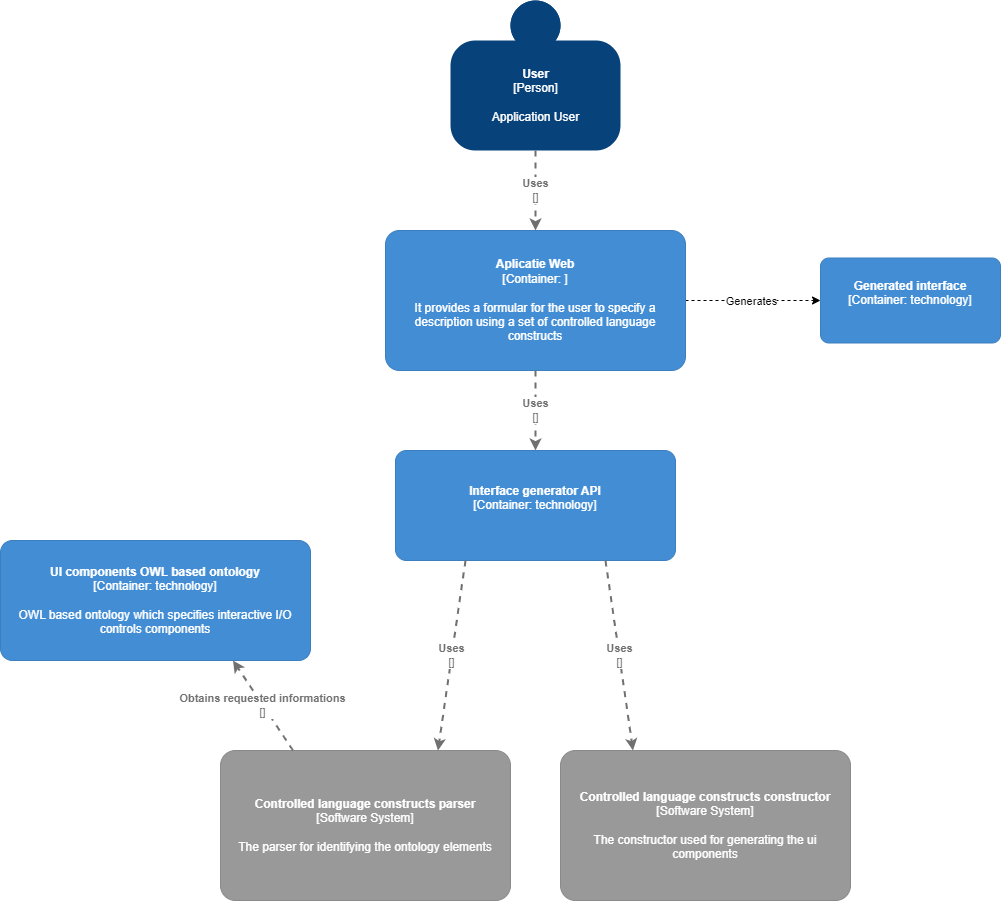
This is documentation/architecture documentation/diagrams/c4 diagrams/C4_level2.png from PrEaDiVviN/Compoment_Smart_Generator, a draw.io export, as it was before one commit. Source tidied: cells renumbered, new cells last; positions are measured from the earlier drawing's top-left corner, leaving out a move shared by most shapes.
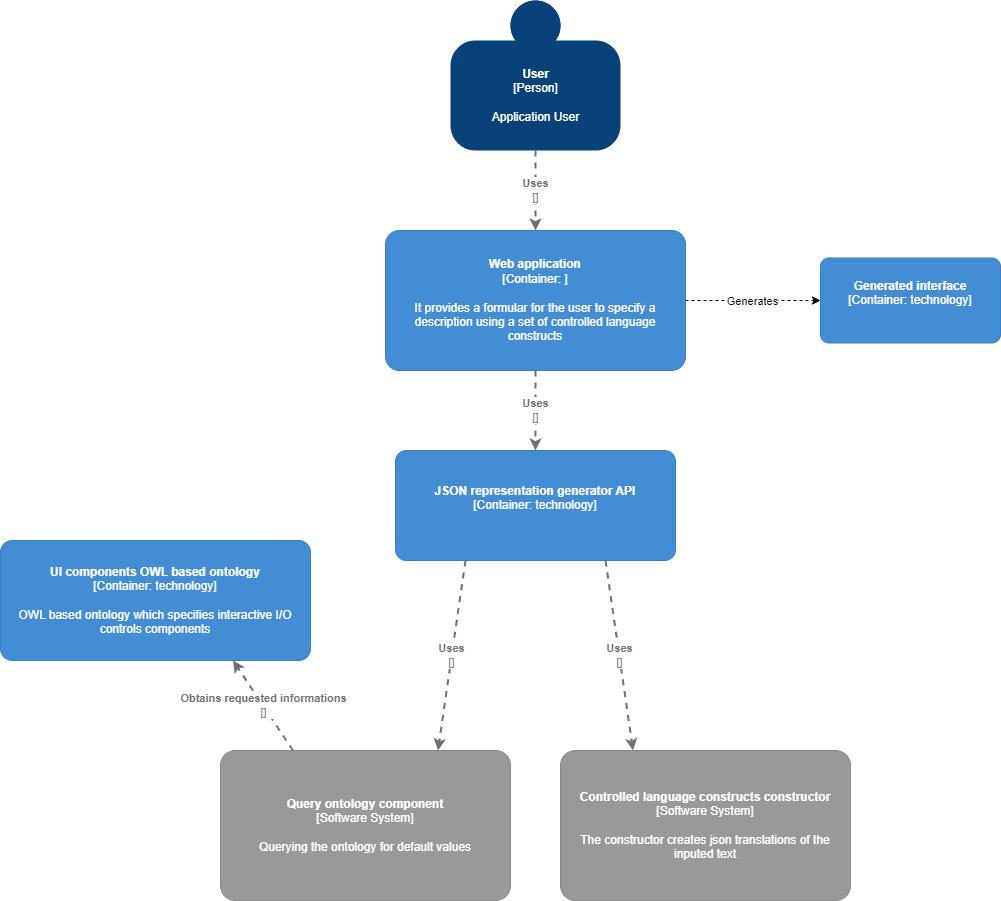
Above is the later version.

What changed in the source:
```diff
@@ -7,7 +7,7 @@
         <mxGeometry x="450" width="170" height="150" as="geometry" />
       </mxCell>
     </object>
-    <object id="3" label="&lt;b&gt;%c4Name%&lt;/b&gt;&lt;div&gt;[%c4Type%]&lt;/div&gt;&lt;br&gt;&lt;div&gt;%c4Description%&lt;/div&gt;" c4Description="The parser for identifying the ontology elements" c4Name="Controlled language constructs parser" c4Type="Software System" placeholders="1">
+    <object id="3" label="&lt;b&gt;%c4Name%&lt;/b&gt;&lt;div&gt;[%c4Type%]&lt;/div&gt;&lt;br&gt;&lt;div&gt;%c4Description%&lt;/div&gt;" c4Description="Querying the ontology for default values" c4Name="Query ontology component" c4Type="Software System" placeholders="1">
       <mxCell style="rounded=1;whiteSpace=wrap;html=1;labelBackgroundColor=none;fillColor=#999999;fontColor=#ffffff;align=center;arcSize=10;strokeColor=#8A8A8A;metaData={&quot;c4Type&quot;:{&quot;editable&quot;:false}};points=[[0.25,0,0],[0.5,0,0],[0.75,0,0],[1,0.25,0],[1,0.5,0],[1,0.75,0],[0.75,1,0],[0.5,1,0],[0.25,1,0],[0,0.75,0],[0,0.5,0],[0,0.25,0]];" parent="1" vertex="1">
         <mxGeometry x="220" y="750" width="290" height="150" as="geometry" />
       </mxCell>
@@ -20,12 +20,12 @@
         <mxPoint x="-19" y="1" as="offset" />
       </mxGeometry>
     </mxCell>
-    <object id="6" label="&lt;b&gt;%c4Name%&lt;/b&gt;&lt;div&gt;[%c4Type%: %c4Technology%]&lt;/div&gt;&lt;br&gt;&lt;div&gt;%c4Description%&lt;/div&gt;" c4Description="It provides a formular for the user to specify a description using a set of controlled language constructs" c4Name="Aplicatie Web" c4Technology="" c4Type="Container" placeholders="1">
+    <object id="6" label="&lt;b&gt;%c4Name%&lt;/b&gt;&lt;div&gt;[%c4Type%: %c4Technology%]&lt;/div&gt;&lt;br&gt;&lt;div&gt;%c4Description%&lt;/div&gt;" c4Description="It provides a formular for the user to specify a description using a set of controlled language constructs" c4Name="Web application" c4Technology="" c4Type="Container" placeholders="1">
       <mxCell style="rounded=1;whiteSpace=wrap;html=1;labelBackgroundColor=none;fillColor=#438DD5;fontColor=#ffffff;align=center;arcSize=10;strokeColor=#3C7FC0;metaData={&quot;c4Type&quot;:{&quot;editable&quot;:false}};points=[[0.25,0,0],[0.5,0,0],[0.75,0,0],[1,0.25,0],[1,0.5,0],[1,0.75,0],[0.75,1,0],[0.5,1,0],[0.25,1,0],[0,0.75,0],[0,0.5,0],[0,0.25,0]];" parent="1" vertex="1">
         <mxGeometry x="385" y="230" width="300" height="140" as="geometry" />
       </mxCell>
     </object>
-    <object id="7" label="&lt;b&gt;%c4Name%&lt;/b&gt;&lt;div&gt;[%c4Type%: %c4Technology%]&lt;/div&gt;&lt;br&gt;&lt;div&gt;%c4Description%&lt;/div&gt;" c4Description="" c4Name="Interface generator API" c4Technology="technology" c4Type="Container" placeholders="1">
+    <object id="7" label="&lt;b&gt;%c4Name%&lt;/b&gt;&lt;div&gt;[%c4Type%: %c4Technology%]&lt;/div&gt;&lt;br&gt;&lt;div&gt;%c4Description%&lt;/div&gt;" c4Description="" c4Name="JSON representation generator API" c4Technology="technology" c4Type="Container" placeholders="1">
       <mxCell style="rounded=1;whiteSpace=wrap;html=1;labelBackgroundColor=none;fillColor=#438DD5;fontColor=#ffffff;align=center;arcSize=10;strokeColor=#3C7FC0;metaData={&quot;c4Type&quot;:{&quot;editable&quot;:false}};points=[[0.25,0,0],[0.5,0,0],[0.75,0,0],[1,0.25,0],[1,0.5,0],[1,0.75,0],[0.75,1,0],[0.5,1,0],[0.25,1,0],[0,0.75,0],[0,0.5,0],[0,0.25,0]];" parent="1" vertex="1">
         <mxGeometry x="395" y="450" width="280" height="110" as="geometry" />
       </mxCell>
@@ -60,7 +60,7 @@
         <mxGeometry y="540" width="310" height="120" as="geometry" />
       </mxCell>
     </object>
-    <object id="14" label="&lt;b&gt;%c4Name%&lt;/b&gt;&lt;div&gt;[%c4Type%]&lt;/div&gt;&lt;br&gt;&lt;div&gt;%c4Description%&lt;/div&gt;" c4Description="The constructor used for generating the ui components" c4Name="Controlled language constructs constructor" c4Type="Software System" placeholders="1">
+    <object id="14" label="&lt;b&gt;%c4Name%&lt;/b&gt;&lt;div&gt;[%c4Type%]&lt;/div&gt;&lt;br&gt;&lt;div&gt;%c4Description%&lt;/div&gt;" c4Description="The constructor creates json translations of the inputed text" c4Name="Controlled language constructs constructor" c4Type="Software System" placeholders="1">
       <mxCell style="rounded=1;whiteSpace=wrap;html=1;labelBackgroundColor=none;fillColor=#999999;fontColor=#ffffff;align=center;arcSize=10;strokeColor=#8A8A8A;metaData={&quot;c4Type&quot;:{&quot;editable&quot;:false}};points=[[0.25,0,0],[0.5,0,0],[0.75,0,0],[1,0.25,0],[1,0.5,0],[1,0.75,0],[0.75,1,0],[0.5,1,0],[0.25,1,0],[0,0.75,0],[0,0.5,0],[0,0.25,0]];" parent="1" vertex="1">
         <mxGeometry x="560" y="750" width="290" height="150" as="geometry" />
       </mxCell>
```
